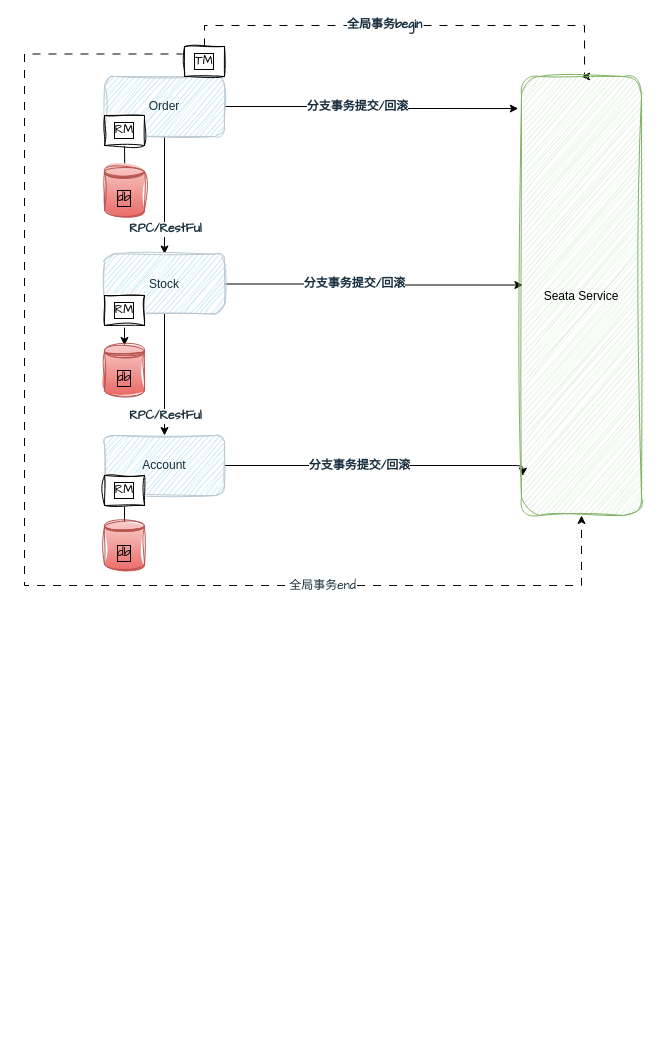
Before: 分布式事务.drawio in lints123/draw_project, a draw.io diagram. Source tidied: cells renumbered, new cells numbered last; positions are measured from the earlier drawing's top-left corner, leaving out a move shared by most shapes. Both pictures are drawn from the tidied source at 100%, with x=0, y=0 at pixel (24, 25).
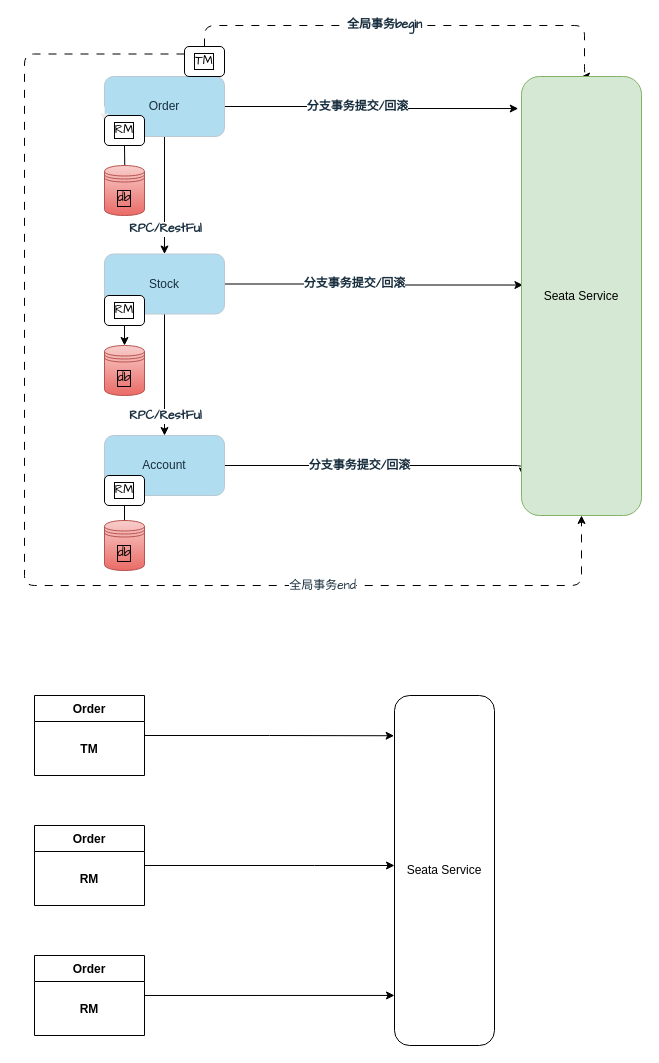
After the change.

Commit message (it also covers changes not shown here):
更新分布式事务.drawio

The change refers to these unchanged cells:
```xml
<mxCell id="2" style="edgeStyle=orthogonalEdgeStyle;rounded=1;jettySize=auto;html=1;labelBackgroundColor=none;strokeColor=#000000;fontColor=default;" parent="1" edge="1" source="8" target="13">
  <mxGeometry relative="1" as="geometry" />
</mxCell>
<mxCell id="6" style="edgeStyle=orthogonalEdgeStyle;rounded=1;hachureGap=4;jettySize=auto;html=1;strokeColor=#000000;fontFamily=Architects Daughter;fontSize=16;fontColor=#FFFFFF;entryX=-0.027;entryY=0.073;entryDx=0;entryDy=0;entryPerimeter=0;" parent="1" edge="1" source="8" target="30">
  <mxGeometry relative="1" as="geometry" />
</mxCell>
<mxCell id="9" style="edgeStyle=orthogonalEdgeStyle;rounded=1;jettySize=auto;html=1;labelBackgroundColor=none;strokeColor=#000000;fontColor=default;" parent="1" edge="1" source="13" target="16">
  <mxGeometry relative="1" as="geometry" />
</mxCell>
<mxCell id="11" style="edgeStyle=orthogonalEdgeStyle;rounded=1;hachureGap=4;jettySize=auto;html=1;exitX=1;exitY=0.5;exitDx=0;exitDy=0;entryX=0.012;entryY=0.475;entryDx=0;entryDy=0;entryPerimeter=0;strokeColor=#000000;fontFamily=Architects Daughter;fontSize=12;fontColor=#FFFFFF;" parent="1" edge="1" source="13" target="30">
  <mxGeometry relative="1" as="geometry" />
</mxCell>
<mxCell id="14" style="edgeStyle=orthogonalEdgeStyle;rounded=1;hachureGap=4;jettySize=auto;html=1;entryX=-0.013;entryY=0.893;entryDx=0;entryDy=0;entryPerimeter=0;strokeColor=#000000;fontFamily=Architects Daughter;fontSize=12;fontColor=#FFFFFF;" parent="1" edge="1" source="16">
  <mxGeometry relative="1" as="geometry">
    <mxPoint x="498.4" y="450.6" as="targetPoint" />
    <Array as="points">
      <mxPoint x="498" y="440" />
    </Array>
  </mxGeometry>
</mxCell>
```

Diff of the diagram source:
```diff
@@
-    <mxCell id="3" value="RPC/RestFul" style="edgeLabel;align=center;verticalAlign=middle;fontSize=12;fontFamily=Architects Daughter;fontColor=#182E3E;html=1;fontStyle=1;" parent="2" vertex="1">
+    <mxCell id="3" value="RPC/RestFul" style="edgeLabel;align=center;verticalAlign=middle;fontSize=12;fontFamily=Architects Daughter;fontColor=#182E3E;html=1;fontStyle=1;rounded=1;" parent="2" vertex="1">
       <mxGeometry x="-0.3" y="-1" relative="1" as="geometry">
         <mxPoint x="1" y="51" as="offset" />
       </mxGeometry>
     </mxCell>
-    <mxCell id="4" style="edgeStyle=orthogonalEdgeStyle;hachureGap=4;jettySize=auto;html=1;entryX=0.5;entryY=0;entryDx=0;entryDy=0;strokeColor=#000000;fontFamily=Architects Daughter;fontSize=16;fontColor=#FFFFFF;dashed=1;rounded=0;dashPattern=8 8;shadow=0;exitX=0.5;exitY=0;exitDx=0;exitDy=0;" parent="1" edge="1" source="20" target="30">
+    <mxCell id="4" style="edgeStyle=orthogonalEdgeStyle;hachureGap=4;jettySize=auto;html=1;entryX=0.5;entryY=0;entryDx=0;entryDy=0;strokeColor=#000000;fontFamily=Architects Daughter;fontSize=16;fontColor=#FFFFFF;dashed=1;rounded=1;dashPattern=8 8;shadow=0;exitX=0.5;exitY=0;exitDx=0;exitDy=0;" parent="1" edge="1" source="20" target="30">
       <mxGeometry relative="1" as="geometry">
         <Array as="points">
           <mxPoint x="180" />
           <mxPoint x="560" />
         </Array>
       </mxGeometry>
     </mxCell>
-    <mxCell id="5" value="全局事务begin" style="edgeLabel;html=1;align=center;verticalAlign=middle;fontSize=12;fontFamily=Architects Daughter;fontColor=#182E3E;fontStyle=1;" parent="4" vertex="1">
+    <mxCell id="5" value="全局事务begin" style="edgeLabel;html=1;align=center;verticalAlign=middle;fontSize=12;fontFamily=Architects Daughter;fontColor=#182E3E;fontStyle=1;rounded=1;" parent="4" vertex="1">
       <mxGeometry x="-0.12" y="1" relative="1" as="geometry" />
     </mxCell>
@@
-    <mxCell id="7" value="分支事务提交/回滚" style="edgeLabel;html=1;align=center;verticalAlign=middle;fontSize=12;fontFamily=Architects Daughter;fontColor=#182E3E;fontStyle=1;" parent="6" vertex="1">
+    <mxCell id="7" value="分支事务提交/回滚" style="edgeLabel;html=1;align=center;verticalAlign=middle;fontSize=12;fontFamily=Architects Daughter;fontColor=#182E3E;fontStyle=1;rounded=1;" parent="6" vertex="1">
       <mxGeometry x="-0.23" y="3" relative="1" as="geometry">
         <mxPoint x="18" y="3" as="offset" />
       </mxGeometry>
     </mxCell>
-    <mxCell id="8" value="Order" style="rounded=1;whiteSpace=wrap;html=1;sketch=1;curveFitting=1;jiggle=2;labelBackgroundColor=none;fillColor=#B1DDF0;strokeColor=#BAC8D3;fontColor=#182E3E;" parent="1" vertex="1">
+    <mxCell id="8" value="Order" style="rounded=1;whiteSpace=wrap;html=1;labelBackgroundColor=none;fillColor=#B1DDF0;strokeColor=#BAC8D3;fontColor=#182E3E;" parent="1" vertex="1">
       <mxGeometry x="80" y="51" width="120" height="60" as="geometry" />
     </mxCell>
@@
-    <mxCell id="10" value="RPC/RestFul" style="edgeLabel;html=1;align=center;verticalAlign=middle;fontSize=12;fontFamily=Architects Daughter;fontColor=#182E3E;fontStyle=1;" parent="9" vertex="1">
+    <mxCell id="10" value="RPC/RestFul" style="edgeLabel;html=1;align=center;verticalAlign=middle;fontSize=12;fontFamily=Architects Daughter;fontColor=#182E3E;fontStyle=1;rounded=1;" parent="9" vertex="1">
       <mxGeometry x="0.26" y="2" relative="1" as="geometry">
         <mxPoint x="-2" y="25" as="offset" />
       </mxGeometry>
     </mxCell>
@@
-    <mxCell id="12" value="分支事务提交/回滚" style="edgeLabel;html=1;align=center;verticalAlign=middle;fontSize=12;fontFamily=Architects Daughter;fontColor=#182E3E;fontStyle=1;" parent="11" vertex="1">
+    <mxCell id="12" value="分支事务提交/回滚" style="edgeLabel;html=1;align=center;verticalAlign=middle;fontSize=12;fontFamily=Architects Daughter;fontColor=#182E3E;fontStyle=1;rounded=1;" parent="11" vertex="1">
       <mxGeometry x="-0.14" relative="1" as="geometry" />
     </mxCell>
-    <mxCell id="13" value="Stock" style="whiteSpace=wrap;html=1;rounded=1;sketch=1;curveFitting=1;jiggle=2;labelBackgroundColor=none;fillColor=#B1DDF0;strokeColor=#BAC8D3;fontColor=#182E3E;" parent="1" vertex="1">
+    <mxCell id="13" value="Stock" style="whiteSpace=wrap;html=1;rounded=1;labelBackgroundColor=none;fillColor=#B1DDF0;strokeColor=#BAC8D3;fontColor=#182E3E;" parent="1" vertex="1">
       <mxGeometry x="80" y="228.5" width="120" height="60" as="geometry" />
     </mxCell>
@@
-    <mxCell id="15" value="分支事务提交/回滚" style="edgeLabel;html=1;align=center;verticalAlign=middle;fontSize=12;fontFamily=Architects Daughter;fontColor=#182E3E;fontStyle=1;" parent="14" vertex="1">
+    <mxCell id="15" value="分支事务提交/回滚" style="edgeLabel;html=1;align=center;verticalAlign=middle;fontSize=12;fontFamily=Architects Daughter;fontColor=#182E3E;fontStyle=1;rounded=1;" parent="14" vertex="1">
       <mxGeometry x="-0.24" y="-2" relative="1" as="geometry">
         <mxPoint x="17" y="-2" as="offset" />
       </mxGeometry>
     </mxCell>
-    <mxCell id="16" value="Account" style="whiteSpace=wrap;html=1;rounded=1;sketch=1;curveFitting=1;jiggle=2;labelBackgroundColor=none;fillColor=#B1DDF0;strokeColor=#BAC8D3;fontColor=#182E3E;" parent="1" vertex="1">
+    <mxCell id="16" value="Account" style="whiteSpace=wrap;html=1;rounded=1;labelBackgroundColor=none;fillColor=#B1DDF0;strokeColor=#BAC8D3;fontColor=#182E3E;" parent="1" vertex="1">
       <mxGeometry x="80" y="410" width="120" height="60" as="geometry" />
     </mxCell>
-    <mxCell id="17" style="edgeStyle=orthogonalEdgeStyle;rounded=0;sketch=1;hachureGap=4;jiggle=2;curveFitting=1;orthogonalLoop=1;jettySize=auto;html=1;exitX=0;exitY=0.5;exitDx=0;exitDy=0;entryX=0;entryY=0.75;entryDx=0;entryDy=0;strokeColor=#EEEEEE;fontFamily=Architects Daughter;fontSize=16;fontColor=#FFFFFF;" parent="1" edge="1" source="8" target="8">
+    <mxCell id="17" style="edgeStyle=orthogonalEdgeStyle;rounded=1;hachureGap=4;orthogonalLoop=1;jettySize=auto;html=1;exitX=0;exitY=0.5;exitDx=0;exitDy=0;entryX=0;entryY=0.75;entryDx=0;entryDy=0;strokeColor=#EEEEEE;fontFamily=Architects Daughter;fontSize=16;fontColor=#FFFFFF;" parent="1" edge="1" source="8" target="8">
       <mxGeometry relative="1" as="geometry" />
     </mxCell>
-    <mxCell id="18" style="edgeStyle=orthogonalEdgeStyle;rounded=0;sketch=0;hachureGap=4;jiggle=2;curveFitting=1;jettySize=auto;html=1;exitX=0;exitY=0.25;exitDx=0;exitDy=0;entryX=0.5;entryY=1;entryDx=0;entryDy=0;shadow=0;strokeColor=#000000;fontFamily=Architects Daughter;fontSize=12;fontColor=#FFFFFF;dashed=1;dashPattern=8 8;" parent="1" edge="1" source="20" target="30">
+    <mxCell id="18" style="edgeStyle=orthogonalEdgeStyle;rounded=1;hachureGap=4;jettySize=auto;html=1;exitX=0;exitY=0.25;exitDx=0;exitDy=0;entryX=0.5;entryY=1;entryDx=0;entryDy=0;shadow=0;strokeColor=#000000;fontFamily=Architects Daughter;fontSize=12;fontColor=#FFFFFF;dashed=1;dashPattern=8 8;" parent="1" edge="1" source="20" target="30">
       <mxGeometry relative="1" as="geometry">
         <Array as="points">
           <mxPoint y="29" />
           <mxPoint y="560" />
           <mxPoint x="557" y="560" />
         </Array>
       </mxGeometry>
     </mxCell>
-    <mxCell id="19" value="全局事务end" style="edgeLabel;html=1;align=center;verticalAlign=middle;fontSize=12;fontFamily=Architects Daughter;fontColor=#182E3E;" parent="18" vertex="1">
+    <mxCell id="19" value="全局事务end" style="edgeLabel;html=1;align=center;verticalAlign=middle;fontSize=12;fontFamily=Architects Daughter;fontColor=#182E3E;rounded=1;" parent="18" vertex="1">
       <mxGeometry x="0.5" relative="1" as="geometry" />
     </mxCell>
-    <mxCell id="20" value="TM" style="rounded=0;whiteSpace=wrap;html=1;labelBorderColor=default;sketch=1;hachureGap=4;jiggle=2;curveFitting=1;fontFamily=Architects Daughter;fontSize=12;" parent="1" vertex="1">
+    <mxCell id="20" value="TM" style="rounded=1;whiteSpace=wrap;html=1;labelBorderColor=default;hachureGap=4;fontFamily=Architects Daughter;fontSize=12;" parent="1" vertex="1">
       <mxGeometry x="160" y="21" width="40" height="30" as="geometry" />
     </mxCell>
-    <mxCell id="21" style="edgeStyle=orthogonalEdgeStyle;rounded=0;sketch=0;hachureGap=4;jiggle=2;curveFitting=1;jettySize=auto;html=1;exitX=0.5;exitY=1;exitDx=0;exitDy=0;entryX=0.51;entryY=0.28;entryDx=0;entryDy=0;entryPerimeter=0;shadow=0;strokeColor=#000000;fontFamily=Architects Daughter;fontSize=12;fontColor=#FFFFFF;" parent="1" edge="1" source="22" target="27">
+    <mxCell id="21" style="edgeStyle=orthogonalEdgeStyle;rounded=1;hachureGap=4;jettySize=auto;html=1;exitX=0.5;exitY=1;exitDx=0;exitDy=0;entryX=0.51;entryY=0.28;entryDx=0;entryDy=0;entryPerimeter=0;shadow=0;strokeColor=#000000;fontFamily=Architects Daughter;fontSize=12;fontColor=#FFFFFF;" parent="1" edge="1" source="22" target="27">
       <mxGeometry relative="1" as="geometry" />
     </mxCell>
-    <mxCell id="22" value="RM" style="rounded=0;whiteSpace=wrap;html=1;labelBorderColor=default;sketch=1;hachureGap=4;jiggle=2;curveFitting=1;fontFamily=Architects Daughter;fontSize=12;" parent="1" vertex="1">
+    <mxCell id="22" value="RM" style="rounded=1;whiteSpace=wrap;html=1;labelBorderColor=default;hachureGap=4;fontFamily=Architects Daughter;fontSize=12;" parent="1" vertex="1">
       <mxGeometry x="80" y="90" width="40" height="30" as="geometry" />
     </mxCell>
-    <mxCell id="23" style="edgeStyle=orthogonalEdgeStyle;rounded=0;sketch=0;hachureGap=4;jiggle=2;curveFitting=1;jettySize=auto;html=1;exitX=0.5;exitY=1;exitDx=0;exitDy=0;entryX=0.5;entryY=0;entryDx=0;entryDy=0;shadow=0;strokeColor=#000000;fontFamily=Architects Daughter;fontSize=12;fontColor=#FFFFFF;" parent="1" edge="1" source="24" target="29">
+    <mxCell id="23" style="edgeStyle=orthogonalEdgeStyle;rounded=1;hachureGap=4;jettySize=auto;html=1;exitX=0.5;exitY=1;exitDx=0;exitDy=0;entryX=0.5;entryY=0;entryDx=0;entryDy=0;shadow=0;strokeColor=#000000;fontFamily=Architects Daughter;fontSize=12;fontColor=#FFFFFF;" parent="1" edge="1" source="24" target="29">
       <mxGeometry relative="1" as="geometry">
         <Array as="points">
           <mxPoint x="100" y="530" />
           <mxPoint x="100" y="530" />
         </Array>
       </mxGeometry>
     </mxCell>
-    <mxCell id="24" value="RM" style="rounded=0;whiteSpace=wrap;html=1;labelBorderColor=default;sketch=1;hachureGap=4;jiggle=2;curveFitting=1;fontFamily=Architects Daughter;fontSize=12;" parent="1" vertex="1">
+    <mxCell id="24" value="RM" style="rounded=1;whiteSpace=wrap;html=1;labelBorderColor=default;hachureGap=4;fontFamily=Architects Daughter;fontSize=12;" parent="1" vertex="1">
       <mxGeometry x="80" y="450" width="40" height="30" as="geometry" />
     </mxCell>
-    <mxCell id="25" style="edgeStyle=orthogonalEdgeStyle;rounded=0;sketch=0;hachureGap=4;jiggle=2;curveFitting=1;jettySize=auto;html=1;exitX=0.5;exitY=1;exitDx=0;exitDy=0;shadow=0;strokeColor=#000000;fontFamily=Architects Daughter;fontSize=12;fontColor=#FFFFFF;" parent="1" edge="1" source="26" target="28">
+    <mxCell id="25" style="edgeStyle=orthogonalEdgeStyle;rounded=1;hachureGap=4;jettySize=auto;html=1;exitX=0.5;exitY=1;exitDx=0;exitDy=0;shadow=0;strokeColor=#000000;fontFamily=Architects Daughter;fontSize=12;fontColor=#FFFFFF;" parent="1" edge="1" source="26" target="28">
       <mxGeometry relative="1" as="geometry" />
     </mxCell>
-    <mxCell id="26" value="RM" style="rounded=0;whiteSpace=wrap;html=1;labelBorderColor=default;sketch=1;hachureGap=4;jiggle=2;curveFitting=1;fontFamily=Architects Daughter;fontSize=12;" parent="1" vertex="1">
+    <mxCell id="26" value="RM" style="rounded=1;whiteSpace=wrap;html=1;labelBorderColor=default;hachureGap=4;fontFamily=Architects Daughter;fontSize=12;" parent="1" vertex="1">
       <mxGeometry x="80" y="270" width="40" height="30" as="geometry" />
     </mxCell>
-    <mxCell id="27" value="db" style="shape=datastore;whiteSpace=wrap;html=1;labelBorderColor=default;sketch=1;hachureGap=4;jiggle=2;curveFitting=1;strokeColor=#b85450;fontFamily=Architects Daughter;fontSize=12;fillColor=#f8cecc;gradientColor=#ea6b66;" parent="1" vertex="1">
+    <mxCell id="27" value="db" style="shape=datastore;whiteSpace=wrap;html=1;labelBorderColor=default;hachureGap=4;strokeColor=#b85450;fontFamily=Architects Daughter;fontSize=12;fillColor=#f8cecc;gradientColor=#ea6b66;rounded=1;" parent="1" vertex="1">
       <mxGeometry x="80" y="140" width="40" height="50" as="geometry" />
     </mxCell>
-    <mxCell id="28" value="db" style="shape=datastore;whiteSpace=wrap;html=1;labelBorderColor=default;sketch=1;hachureGap=4;jiggle=2;curveFitting=1;strokeColor=#b85450;fontFamily=Architects Daughter;fontSize=12;fillColor=#f8cecc;gradientColor=#ea6b66;" parent="1" vertex="1">
+    <mxCell id="28" value="db" style="shape=datastore;whiteSpace=wrap;html=1;labelBorderColor=default;hachureGap=4;strokeColor=#b85450;fontFamily=Architects Daughter;fontSize=12;fillColor=#f8cecc;gradientColor=#ea6b66;rounded=1;" parent="1" vertex="1">
       <mxGeometry x="80" y="320" width="40" height="50" as="geometry" />
     </mxCell>
-    <mxCell id="29" value="db" style="shape=datastore;whiteSpace=wrap;html=1;labelBorderColor=default;sketch=1;hachureGap=4;jiggle=2;curveFitting=1;strokeColor=#b85450;fontFamily=Architects Daughter;fontSize=12;fillColor=#f8cecc;gradientColor=#ea6b66;" parent="1" vertex="1">
+    <mxCell id="29" value="db" style="shape=datastore;whiteSpace=wrap;html=1;labelBorderColor=default;hachureGap=4;strokeColor=#b85450;fontFamily=Architects Daughter;fontSize=12;fillColor=#f8cecc;gradientColor=#ea6b66;rounded=1;" parent="1" vertex="1">
       <mxGeometry x="80" y="495" width="40" height="50" as="geometry" />
     </mxCell>
-    <mxCell id="30" value="Seata Service" style="rounded=1;whiteSpace=wrap;html=1;sketch=1;curveFitting=1;jiggle=2;labelBackgroundColor=none;fillColor=#d5e8d4;strokeColor=#82b366;" parent="1" vertex="1">
+    <mxCell id="30" value="Seata Service" style="rounded=1;whiteSpace=wrap;html=1;labelBackgroundColor=none;fillColor=#d5e8d4;strokeColor=#82b366;" parent="1" vertex="1">
       <mxGeometry x="497" y="51" width="120" height="439" as="geometry" />
     </mxCell>
+    <mxCell id="31" style="edgeStyle=orthogonalEdgeStyle;rounded=0;jettySize=auto;html=1;entryX=-0.004;entryY=0.115;entryDx=0;entryDy=0;entryPerimeter=0;" parent="1" edge="1" source="32" target="40">
+      <mxGeometry relative="1" as="geometry" />
+    </mxCell>
+    <mxCell id="32" value="Order" style="swimlane;fontStyle=1;horizontal=1;startSize=26;fillColor=none;swimlaneLine=1;glass=0;rounded=0;swimlaneBody=1;swimlaneHead=1;noLabel=0;portConstraintRotation=0;portConstraint=none;direction=east;snapToPoint=0;perimeter=rectanglePerimeter;align=center;" parent="1" vertex="1">
+      <mxGeometry x="10" y="670" width="110" height="80" as="geometry" />
+    </mxCell>
+    <mxCell id="33" value="TM" style="text;strokeColor=none;fillColor=none;align=center;verticalAlign=middle;spacingLeft=4;spacingRight=4;overflow=hidden;fontStyle=1;" parent="32" vertex="1">
+      <mxGeometry y="26" width="110" height="54" as="geometry" />
+    </mxCell>
+    <mxCell id="34" style="edgeStyle=orthogonalEdgeStyle;rounded=0;jettySize=auto;html=1;" parent="1" edge="1" source="35" target="40">
+      <mxGeometry relative="1" as="geometry">
+        <Array as="points">
+          <mxPoint x="290" y="840" />
+          <mxPoint x="290" y="840" />
+        </Array>
+      </mxGeometry>
+    </mxCell>
+    <mxCell id="35" value="Order" style="swimlane;fontStyle=1;horizontal=1;startSize=26;fillColor=none;swimlaneLine=1;glass=0;rounded=0;swimlaneBody=1;swimlaneHead=1;noLabel=0;portConstraintRotation=0;portConstraint=none;direction=east;snapToPoint=0;perimeter=rectanglePerimeter;align=center;" parent="1" vertex="1">
+      <mxGeometry x="10" y="800" width="110" height="80" as="geometry" />
+    </mxCell>
+    <mxCell id="36" value="RM" style="text;strokeColor=none;fillColor=none;align=center;verticalAlign=middle;spacingLeft=4;spacingRight=4;overflow=hidden;fontStyle=1;" parent="35" vertex="1">
+      <mxGeometry y="26" width="110" height="54" as="geometry" />
+    </mxCell>
+    <mxCell id="37" style="edgeStyle=none;rounded=0;jettySize=auto;html=1;entryX=0;entryY=0.857;entryDx=0;entryDy=0;entryPerimeter=0;startArrow=none;startFill=0;" parent="1" edge="1" source="38" target="40">
+      <mxGeometry relative="1" as="geometry" />
+    </mxCell>
+    <mxCell id="38" value="Order" style="swimlane;fontStyle=1;horizontal=1;startSize=26;fillColor=none;swimlaneLine=1;glass=0;rounded=0;swimlaneBody=1;swimlaneHead=1;noLabel=0;portConstraintRotation=0;portConstraint=none;direction=east;snapToPoint=0;perimeter=rectanglePerimeter;align=center;" parent="1" vertex="1">
+      <mxGeometry x="10" y="930" width="110" height="80" as="geometry" />
+    </mxCell>
+    <mxCell id="39" value="RM" style="text;strokeColor=none;fillColor=none;align=center;verticalAlign=middle;spacingLeft=4;spacingRight=4;overflow=hidden;fontStyle=1;" parent="38" vertex="1">
+      <mxGeometry y="26" width="110" height="54" as="geometry" />
+    </mxCell>
+    <mxCell id="40" value="Seata Service" style="rounded=1;whiteSpace=wrap;html=1;labelBackgroundColor=none;" parent="1" vertex="1">
+      <mxGeometry x="370" y="670" width="100" height="350" as="geometry" />
+    </mxCell>
```
